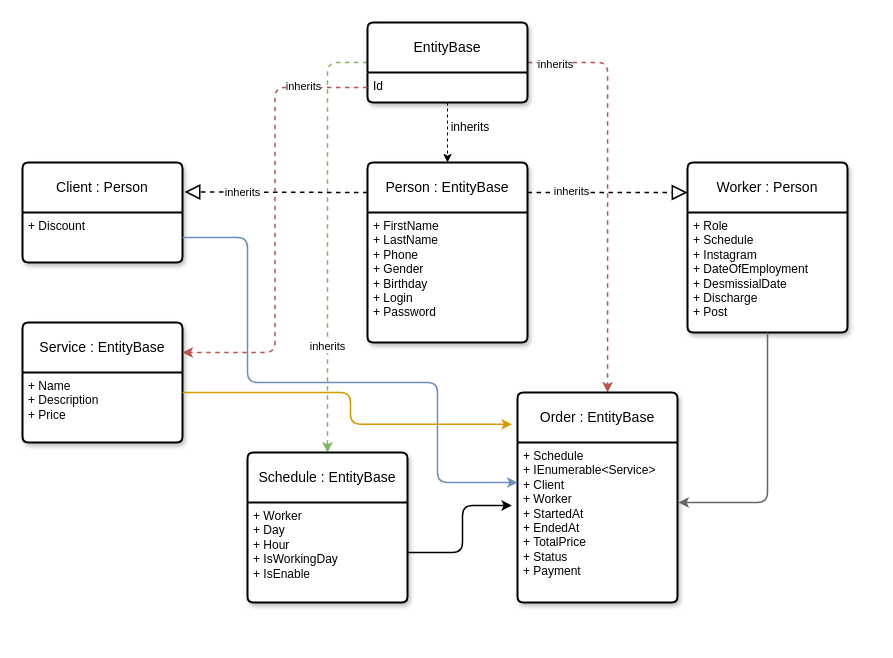
The draw.io diagram Queue.Barbershop.ClassDiagram.drawio in azamatmavlonov/Queue, before the edit. Source tidied: cells renumbered, new cells numbered last; positions are measured from the earlier drawing's top-left corner, leaving out a move shared by most shapes. Both pictures are drawn from the tidied source at 100%, with x=0, y=0 at pixel (22, 22).
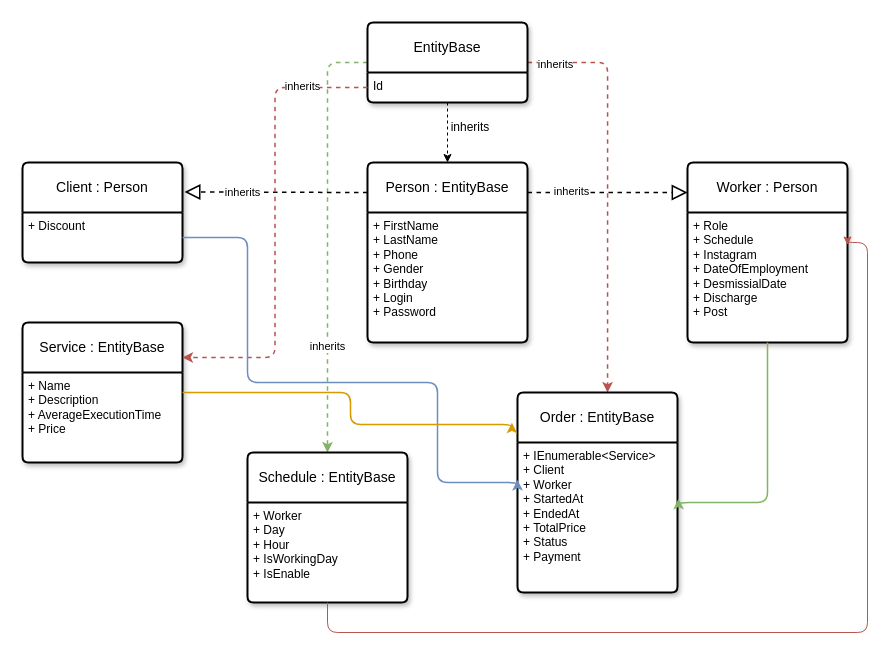
The same diagram, later.

Commit message:
Changes on Schedule, Service Models | Queue.Barbershop.ClassDiagram.drawio

The change refers to these unchanged cells:
```xml
<mxCell id="24" value="+ Worker&lt;br&gt;+ Day&lt;br&gt;+ Hour&lt;br&gt;+ IsWorkingDay&lt;br&gt;+ IsEnable" style="align=left;strokeColor=none;fillColor=none;spacingLeft=4;fontSize=12;verticalAlign=top;html=1;" parent="23" vertex="1">
  <mxGeometry y="50" width="160" height="100" as="geometry" />
</mxCell>
```

The edit, as a diff of the source:
```diff
@@
     <mxCell id="13" value="Worker : Person" style="swimlane;horizontal=1;startSize=50;rounded=1;fontSize=14;fontStyle=0;strokeWidth=2;shadow=1;dashed=0;align=center;arcSize=4;whiteSpace=wrap;html=1;swimlaneFillColor=default;" parent="1" vertex="1">
-      <mxGeometry x="665" y="140" width="160" height="170" as="geometry" />
+      <mxGeometry x="665" y="140" width="160" height="180" as="geometry" />
     </mxCell>
     <mxCell id="14" value="+ Role&lt;br&gt;+ Schedule&lt;br&gt;+ Instagram&lt;br&gt;+ DateOfEmployment&lt;br&gt;+ DesmissialDate&lt;br&gt;+ Discharge&lt;br&gt;+ Post" style="align=left;strokeColor=none;fillColor=none;spacingLeft=4;fontSize=12;verticalAlign=top;html=1;" parent="13" vertex="1">
-      <mxGeometry y="50" width="160" height="120" as="geometry" />
+      <mxGeometry y="50" width="160" height="130" as="geometry" />
     </mxCell>
     <mxCell id="15" value="Service : EntityBase" style="swimlane;horizontal=1;startSize=50;rounded=1;fontSize=14;fontStyle=0;strokeWidth=2;shadow=1;dashed=0;align=center;arcSize=4;whiteSpace=wrap;html=1;swimlaneFillColor=default;" parent="1" vertex="1">
-      <mxGeometry y="300" width="160" height="120" as="geometry" />
+      <mxGeometry y="300" width="160" height="140" as="geometry" />
     </mxCell>
-    <mxCell id="16" value="+ Name&lt;br&gt;+ Description&lt;br&gt;+ Price" style="align=left;strokeColor=none;fillColor=none;spacingLeft=4;fontSize=12;verticalAlign=top;html=1;" parent="15" vertex="1">
-      <mxGeometry y="50" width="160" height="70" as="geometry" />
+    <mxCell id="16" value="+ Name&lt;br&gt;+ Description&lt;br&gt;+ AverageExecutionTime&lt;br&gt;+ Price" style="align=left;strokeColor=none;fillColor=none;spacingLeft=4;fontSize=12;verticalAlign=top;html=1;" parent="15" vertex="1">
+      <mxGeometry y="50" width="160" height="90" as="geometry" />
     </mxCell>
@@
     <mxCell id="25" value="Order : EntityBase" style="swimlane;horizontal=1;startSize=50;rounded=1;fontSize=14;fontStyle=0;strokeWidth=2;shadow=1;dashed=0;align=center;arcSize=4;whiteSpace=wrap;html=1;swimlaneFillColor=default;" parent="1" vertex="1">
-      <mxGeometry x="495" y="370" width="160" height="210" as="geometry" />
+      <mxGeometry x="495" y="370" width="160" height="200" as="geometry" />
     </mxCell>
-    <mxCell id="26" value="+ Schedule&lt;br&gt;+ IEnumerable&amp;lt;Service&amp;gt;&lt;br&gt;+ Client&lt;br&gt;+ Worker&lt;br&gt;+ StartedAt&lt;br&gt;+ EndedAt&lt;br&gt;+ TotalPrice&lt;br&gt;+ Status&lt;br&gt;+ Payment" style="align=left;strokeColor=none;fillColor=none;spacingLeft=4;fontSize=12;verticalAlign=top;html=1;" parent="25" vertex="1">
-      <mxGeometry y="50" width="160" height="160" as="geometry" />
+    <mxCell id="26" value="+ IEnumerable&amp;lt;Service&amp;gt;&lt;br&gt;+ Client&lt;br&gt;+ Worker&lt;br&gt;+ StartedAt&lt;br&gt;+ EndedAt&lt;br&gt;+ TotalPrice&lt;br&gt;+ Status&lt;br&gt;+ Payment" style="align=left;strokeColor=none;fillColor=none;spacingLeft=4;fontSize=12;verticalAlign=top;html=1;" parent="25" vertex="1">
+      <mxGeometry y="50" width="160" height="150" as="geometry" />
     </mxCell>
-    <mxCell id="27" style="edgeStyle=orthogonalEdgeStyle;rounded=1;jettySize=auto;html=1;entryX=1.006;entryY=0.375;entryDx=0;entryDy=0;entryPerimeter=0;fillColor=#f5f5f5;strokeColor=#666666;strokeWidth=1.5;" parent="1" edge="1" source="14" target="26">
+    <mxCell id="27" style="edgeStyle=orthogonalEdgeStyle;rounded=1;jettySize=auto;html=1;entryX=1.006;entryY=0.375;entryDx=0;entryDy=0;entryPerimeter=0;fillColor=#d5e8d4;strokeColor=#82b366;strokeWidth=1.5;" parent="1" edge="1" source="14" target="26">
       <mxGeometry relative="1" as="geometry">
         <Array as="points">
           <mxPoint x="745" y="480" />
         </Array>
       </mxGeometry>
     </mxCell>
@@
-    <mxCell id="30" style="edgeStyle=orthogonalEdgeStyle;rounded=1;jettySize=auto;html=1;entryX=-0.035;entryY=0.394;entryDx=0;entryDy=0;entryPerimeter=0;strokeWidth=1.5;" parent="1" edge="1" source="24" target="26">
-      <mxGeometry relative="1" as="geometry" />
-    </mxCell>
@@
+    <mxCell id="32" style="edgeStyle=orthogonalEdgeStyle;rounded=1;jettySize=auto;html=1;entryX=1;entryY=0.25;entryDx=0;entryDy=0;fillColor=#f8cecc;strokeColor=#b85450;" parent="1" edge="1" source="24" target="14">
+      <mxGeometry relative="1" as="geometry">
+        <Array as="points">
+          <mxPoint x="305" y="610" />
+          <mxPoint x="845" y="610" />
+          <mxPoint x="845" y="220" />
+        </Array>
+      </mxGeometry>
+    </mxCell>
```
